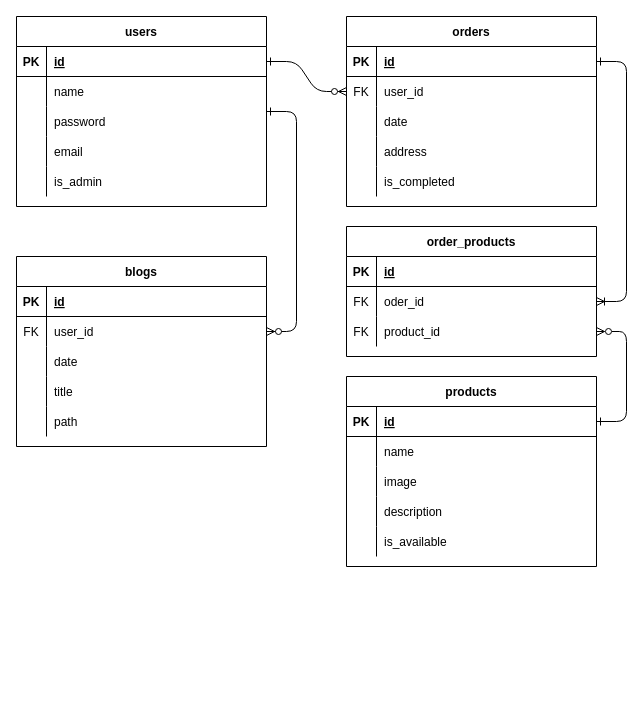
Earlier version of the draw.io diagram database/src/m306_erd.drawio (Modul-306/docs). Source tidied: cells renumbered, new cells numbered last; positions are measured from the earlier drawing's top-left corner, leaving out a move shared by most shapes. Both pictures are drawn from the tidied source at 100%, with x=0, y=0 at pixel (16, 16).
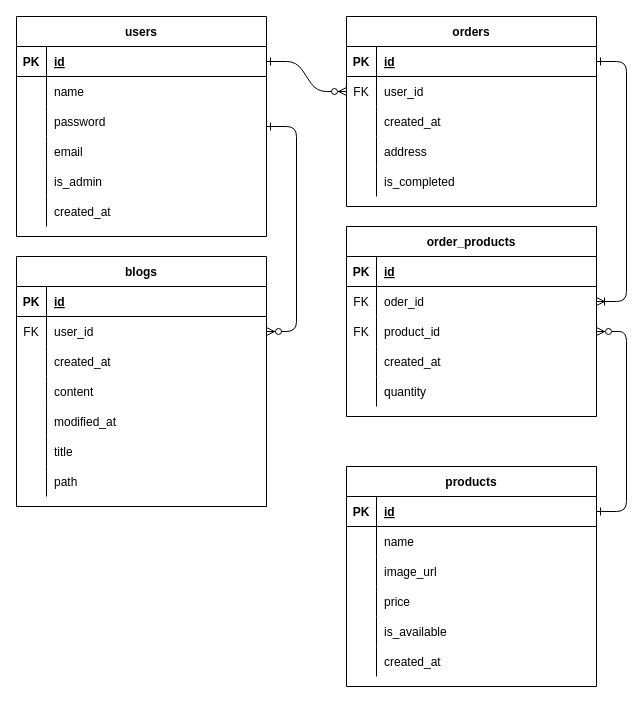
After the change.

Unchanged cells that the change refers to:
```xml
<mxCell id="10" style="shape=partialRectangle;fillColor=none;top=0;left=0;right=0;bottom=0;" parent="3" vertex="1">
  <mxGeometry y="90" width="250" height="30" as="geometry" />
</mxCell>
<mxCell id="26" style="shape=partialRectangle;fillColor=none;top=0;left=0;right=0;bottom=0;" parent="19" vertex="1">
  <mxGeometry y="90" width="250" height="30" as="geometry" />
</mxCell>
<mxCell id="68" style="shape=partialRectangle;fillColor=none;top=0;left=0;right=0;bottom=0;" parent="61" vertex="1">
  <mxGeometry y="90" width="250" height="30" as="geometry" />
</mxCell>
<mxCell id="71" style="shape=partialRectangle;fillColor=none;top=0;left=0;right=0;bottom=0;" parent="61" vertex="1">
  <mxGeometry y="120" width="250" height="30" as="geometry" />
</mxCell>
```

The edit, as a diff of the source:
```diff
@@
-    <mxCell id="12" value="date" style="shape=partialRectangle;overflow=hidden;fillColor=none;top=0;left=0;bottom=0;right=0;align=left;spacingLeft=6;" parent="10" vertex="1">
+    <mxCell id="12" value="created_at" style="shape=partialRectangle;overflow=hidden;fillColor=none;top=0;left=0;bottom=0;right=0;align=left;spacingLeft=6;" parent="10" vertex="1">
       <mxGeometry x="30" width="220" height="30" as="geometry" />
     </mxCell>
@@
     <mxCell id="19" value="blogs" style="shape=table;startSize=30;childLayout=tableLayout;rowLines=0;fontStyle=1;align=center;" parent="1" vertex="1">
-      <mxGeometry y="240" width="250" height="190" as="geometry" />
+      <mxGeometry y="240" width="250" height="250" as="geometry" />
     </mxCell>
@@
-    <mxCell id="28" value="date" style="shape=partialRectangle;overflow=hidden;fillColor=none;top=0;left=0;bottom=0;right=0;align=left;spacingLeft=6;" parent="26" vertex="1">
+    <mxCell id="28" value="created_at" style="shape=partialRectangle;overflow=hidden;fillColor=none;top=0;left=0;bottom=0;right=0;align=left;spacingLeft=6;" parent="26" vertex="1">
       <mxGeometry x="30" width="220" height="30" as="geometry" />
     </mxCell>
+    <mxCell id="80" style="shape=tableRow;horizontal=0;startSize=0;swimlaneHead=0;swimlaneBody=0;fillColor=none;top=0;left=0;right=0;bottom=0;" parent="19" vertex="1">
+      <mxGeometry y="120" width="250" height="30" as="geometry" />
+    </mxCell>
+    <mxCell id="81" style="shape=partialRectangle;fillColor=none;top=0;left=0;bottom=0;right=0;overflow=hidden;" parent="80" vertex="1">
+      <mxGeometry width="30" height="30" as="geometry" />
+    </mxCell>
+    <mxCell id="82" value="content" style="shape=partialRectangle;fillColor=none;top=0;left=0;bottom=0;right=0;align=left;spacingLeft=6;overflow=hidden;" parent="80" vertex="1">
+      <mxGeometry x="30" width="220" height="30" as="geometry" />
+    </mxCell>
+    <mxCell id="83" style="shape=tableRow;horizontal=0;startSize=0;swimlaneHead=0;swimlaneBody=0;fillColor=none;top=0;left=0;right=0;bottom=0;" parent="19" vertex="1">
+      <mxGeometry y="150" width="250" height="30" as="geometry" />
+    </mxCell>
+    <mxCell id="84" style="shape=partialRectangle;fillColor=none;top=0;left=0;bottom=0;right=0;overflow=hidden;" parent="83" vertex="1">
+      <mxGeometry width="30" height="30" as="geometry" />
+    </mxCell>
+    <mxCell id="85" value="modified_at" style="shape=partialRectangle;fillColor=none;top=0;left=0;bottom=0;right=0;align=left;spacingLeft=6;overflow=hidden;" parent="83" vertex="1">
+      <mxGeometry x="30" width="220" height="30" as="geometry" />
+    </mxCell>
     <mxCell id="29" style="shape=partialRectangle;fillColor=none;top=0;left=0;right=0;bottom=0;" parent="19" vertex="1">
-      <mxGeometry y="120" width="250" height="30" as="geometry" />
+      <mxGeometry y="180" width="250" height="30" as="geometry" />
     </mxCell>
@@
     <mxCell id="32" style="shape=partialRectangle;fillColor=none;top=0;left=0;right=0;bottom=0;" parent="19" vertex="1">
-      <mxGeometry y="150" width="250" height="30" as="geometry" />
+      <mxGeometry y="210" width="250" height="30" as="geometry" />
     </mxCell>
@@
     <mxCell id="35" value="users" style="shape=table;startSize=30;childLayout=tableLayout;rowLines=0;fontStyle=1;align=center;" parent="1" vertex="1">
-      <mxGeometry width="250" height="190" as="geometry" />
+      <mxGeometry width="250" height="220" as="geometry" />
     </mxCell>
@@
+    <mxCell id="86" style="shape=tableRow;horizontal=0;startSize=0;swimlaneHead=0;swimlaneBody=0;fillColor=none;top=0;left=0;right=0;bottom=0;" parent="35" vertex="1">
+      <mxGeometry y="180" width="250" height="30" as="geometry" />
+    </mxCell>
+    <mxCell id="87" style="shape=partialRectangle;fillColor=none;top=0;left=0;bottom=0;right=0;overflow=hidden;" parent="86" vertex="1">
+      <mxGeometry width="30" height="30" as="geometry" />
+    </mxCell>
+    <mxCell id="88" value="created_at" style="shape=partialRectangle;fillColor=none;top=0;left=0;bottom=0;right=0;align=left;spacingLeft=6;overflow=hidden;" parent="86" vertex="1">
+      <mxGeometry x="30" width="220" height="30" as="geometry" />
+    </mxCell>
     <mxCell id="51" value="order_products" style="shape=table;startSize=30;childLayout=tableLayout;rowLines=0;fontStyle=1;align=center;" parent="1" vertex="1">
-      <mxGeometry x="330" y="210" width="250" height="130" as="geometry" />
+      <mxGeometry x="330" y="210" width="250" height="190" as="geometry" />
     </mxCell>
@@
+    <mxCell id="89" style="shape=tableRow;horizontal=0;startSize=0;swimlaneHead=0;swimlaneBody=0;fillColor=none;top=0;left=0;right=0;bottom=0;" parent="51" vertex="1">
+      <mxGeometry y="120" width="250" height="30" as="geometry" />
+    </mxCell>
+    <mxCell id="90" style="shape=partialRectangle;fillColor=none;top=0;left=0;bottom=0;right=0;overflow=hidden;" parent="89" vertex="1">
+      <mxGeometry width="30" height="30" as="geometry" />
+    </mxCell>
+    <mxCell id="91" value="created_at" style="shape=partialRectangle;fillColor=none;top=0;left=0;bottom=0;right=0;align=left;spacingLeft=6;overflow=hidden;" parent="89" vertex="1">
+      <mxGeometry x="30" width="220" height="30" as="geometry" />
+    </mxCell>
+    <mxCell id="92" style="shape=tableRow;horizontal=0;startSize=0;swimlaneHead=0;swimlaneBody=0;fillColor=none;top=0;left=0;right=0;bottom=0;" parent="51" vertex="1">
+      <mxGeometry y="150" width="250" height="30" as="geometry" />
+    </mxCell>
+    <mxCell id="93" style="shape=partialRectangle;fillColor=none;top=0;left=0;bottom=0;right=0;overflow=hidden;" parent="92" vertex="1">
+      <mxGeometry width="30" height="30" as="geometry" />
+    </mxCell>
+    <mxCell id="94" value="quantity" style="shape=partialRectangle;fillColor=none;top=0;left=0;bottom=0;right=0;align=left;spacingLeft=6;overflow=hidden;" parent="92" vertex="1">
+      <mxGeometry x="30" width="220" height="30" as="geometry" />
+    </mxCell>
     <mxCell id="61" value="products" style="shape=table;startSize=30;childLayout=tableLayout;rowLines=0;fontStyle=1;align=center;" parent="1" vertex="1">
-      <mxGeometry x="330" y="360" width="250" height="190" as="geometry" />
+      <mxGeometry x="330" y="450" width="250" height="220" as="geometry" />
     </mxCell>
@@
-    <mxCell id="70" value="image" style="shape=partialRectangle;overflow=hidden;fillColor=none;top=0;left=0;bottom=0;right=0;align=left;spacingLeft=6;" parent="68" vertex="1">
+    <mxCell id="70" value="image_url" style="shape=partialRectangle;overflow=hidden;fillColor=none;top=0;left=0;bottom=0;right=0;align=left;spacingLeft=6;" parent="68" vertex="1">
       <mxGeometry x="30" width="220" height="30" as="geometry" />
     </mxCell>
@@
-    <mxCell id="73" value="description" style="shape=partialRectangle;overflow=hidden;fillColor=none;top=0;left=0;bottom=0;right=0;align=left;spacingLeft=6;" parent="71" vertex="1">
+    <mxCell id="73" value="price" style="shape=partialRectangle;overflow=hidden;fillColor=none;top=0;left=0;bottom=0;right=0;align=left;spacingLeft=6;" parent="71" vertex="1">
       <mxGeometry x="30" width="220" height="30" as="geometry" />
     </mxCell>
@@
+    <mxCell id="95" style="shape=tableRow;horizontal=0;startSize=0;swimlaneHead=0;swimlaneBody=0;fillColor=none;top=0;left=0;right=0;bottom=0;" parent="61" vertex="1">
+      <mxGeometry y="180" width="250" height="30" as="geometry" />
+    </mxCell>
+    <mxCell id="96" style="shape=partialRectangle;fillColor=none;top=0;left=0;bottom=0;right=0;overflow=hidden;" parent="95" vertex="1">
+      <mxGeometry width="30" height="30" as="geometry" />
+    </mxCell>
+    <mxCell id="97" value="created_at" style="shape=partialRectangle;fillColor=none;top=0;left=0;bottom=0;right=0;align=left;spacingLeft=6;overflow=hidden;" parent="95" vertex="1">
+      <mxGeometry x="30" width="220" height="30" as="geometry" />
+    </mxCell>
```
